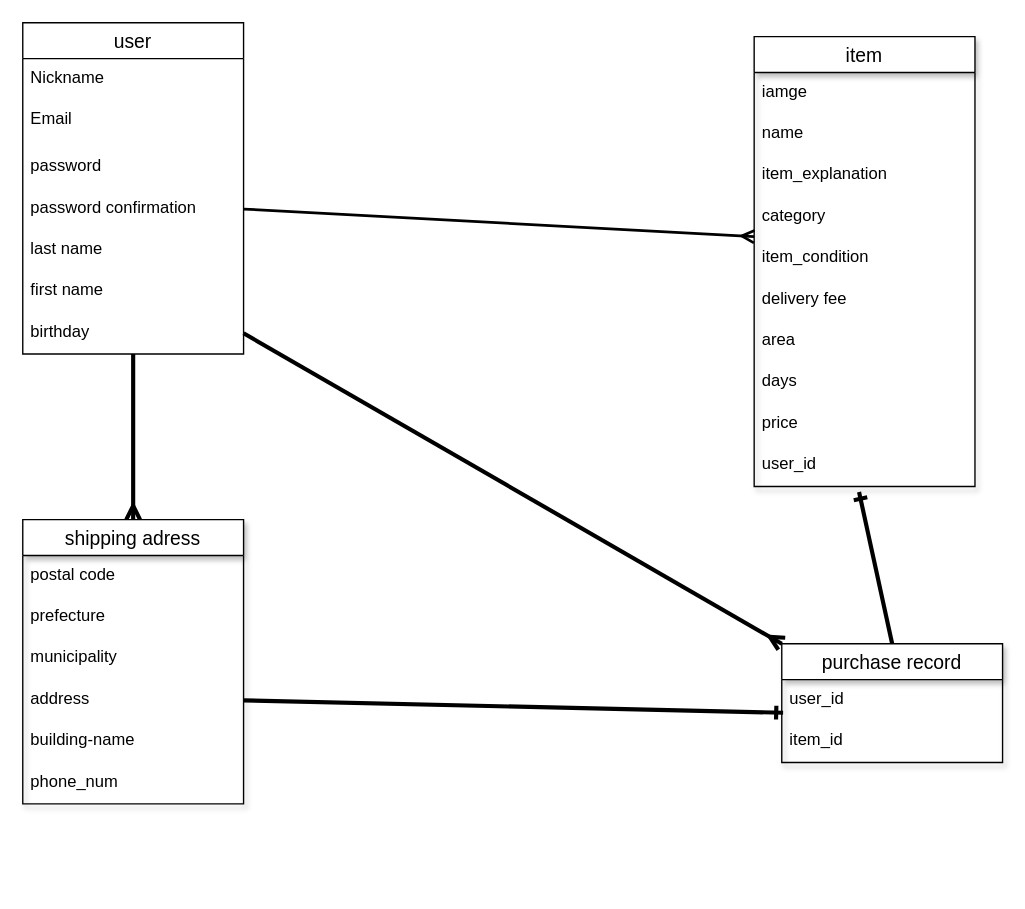
The draw.io diagram furima.dio in byernrl9/furima-37957, before the edit. Source tidied: cells renumbered, new cells numbered last; positions are measured from the earlier drawing's top-left corner, leaving out a move shared by most shapes. Both pictures are drawn from the tidied source at 138%, with x=0, y=0 at pixel (22, 22).
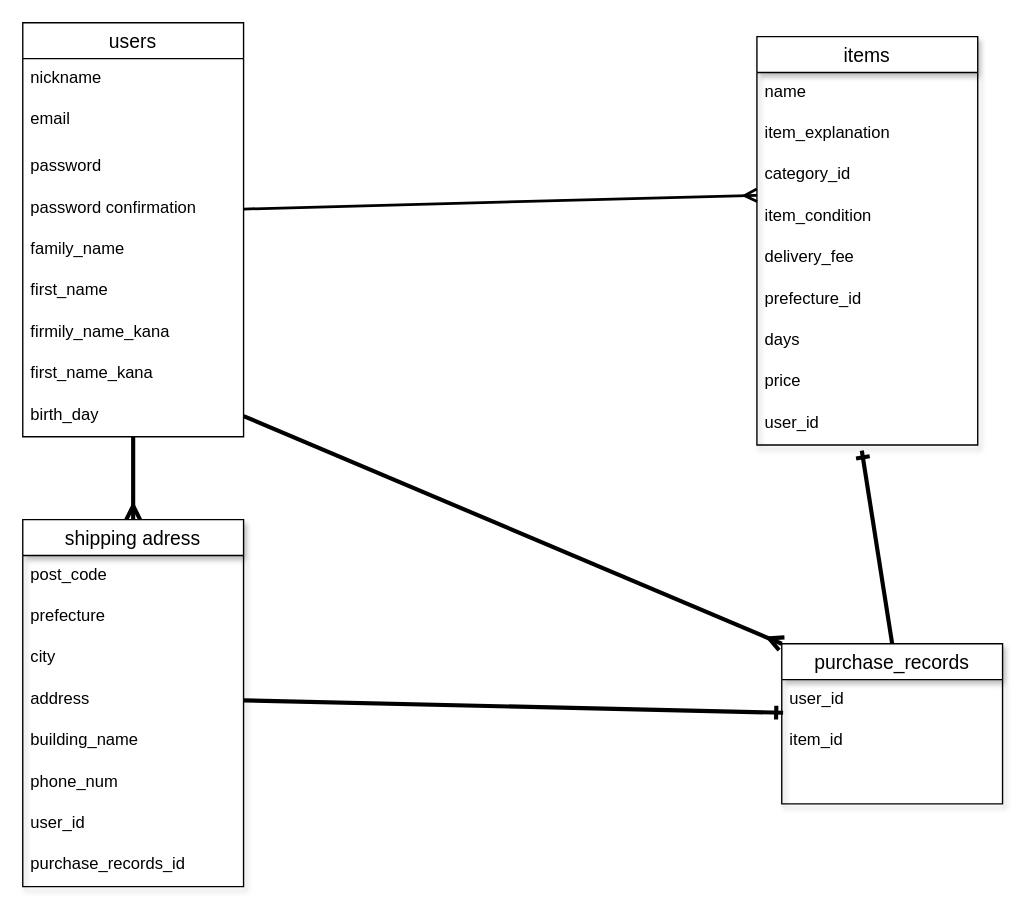
The same diagram, later.

Commit message (it also covers changes not shown here):
データベース設計

What changed in the source:
```diff
@@
-    <mxCell id="3" value="user" style="swimlane;fontStyle=0;horizontal=1;startSize=26;align=center;fontSize=14;" parent="1" vertex="1">
-      <mxGeometry width="160" height="240" as="geometry" />
+    <mxCell id="3" value="users" style="swimlane;fontStyle=0;horizontal=1;startSize=26;align=center;fontSize=14;" parent="1" vertex="1">
+      <mxGeometry width="160" height="300" as="geometry" />
     </mxCell>
-    <mxCell id="4" value="Nickname" style="text;strokeColor=none;fillColor=none;spacingLeft=4;spacingRight=4;overflow=hidden;fontSize=12;" parent="3" vertex="1">
+    <mxCell id="4" value="nickname" style="text;strokeColor=none;fillColor=none;spacingLeft=4;spacingRight=4;overflow=hidden;fontSize=12;" parent="3" vertex="1">
       <mxGeometry y="26" width="160" height="30" as="geometry" />
     </mxCell>
-    <mxCell id="5" value="Email" style="text;strokeColor=none;fillColor=none;spacingLeft=4;spacingRight=4;overflow=hidden;fontSize=12;shadow=1;" parent="3" vertex="1">
+    <mxCell id="5" value="email" style="text;strokeColor=none;fillColor=none;spacingLeft=4;spacingRight=4;overflow=hidden;fontSize=12;shadow=1;" parent="3" vertex="1">
       <mxGeometry y="56" width="160" height="34" as="geometry" />
     </mxCell>
@@
-    <mxCell id="8" value="last name" style="text;strokeColor=none;fillColor=none;spacingLeft=4;spacingRight=4;overflow=hidden;fontSize=12;shadow=1;" parent="3" vertex="1">
+    <mxCell id="8" value="family_name" style="text;strokeColor=none;fillColor=none;spacingLeft=4;spacingRight=4;overflow=hidden;fontSize=12;shadow=1;" parent="3" vertex="1">
       <mxGeometry y="150" width="160" height="30" as="geometry" />
     </mxCell>
-    <mxCell id="9" value="first name" style="text;strokeColor=none;fillColor=none;spacingLeft=4;spacingRight=4;overflow=hidden;fontSize=12;shadow=1;" parent="3" vertex="1">
+    <mxCell id="9" value="first_name" style="text;strokeColor=none;fillColor=none;spacingLeft=4;spacingRight=4;overflow=hidden;fontSize=12;shadow=1;" parent="3" vertex="1">
       <mxGeometry y="180" width="160" height="30" as="geometry" />
     </mxCell>
+    <mxCell id="36" value="firmily_name_kana" style="text;strokeColor=none;fillColor=none;spacingLeft=4;spacingRight=4;overflow=hidden;fontSize=12;shadow=1;" parent="3" vertex="1">
+      <mxGeometry y="210" width="160" height="30" as="geometry" />
+    </mxCell>
+    <mxCell id="37" value="first_name_kana" style="text;strokeColor=none;fillColor=none;spacingLeft=4;spacingRight=4;overflow=hidden;fontSize=12;shadow=1;" parent="3" vertex="1">
+      <mxGeometry y="240" width="160" height="30" as="geometry" />
+    </mxCell>
-    <mxCell id="10" value="birthday" style="text;strokeColor=none;fillColor=none;spacingLeft=4;spacingRight=4;overflow=hidden;points=[[0,0.5],[1,0.5]];portConstraint=eastwest;fontSize=12;shadow=1;" parent="3" vertex="1">
-      <mxGeometry y="210" width="160" height="30" as="geometry" />
+    <mxCell id="10" value="birth_day" style="text;strokeColor=none;fillColor=none;spacingLeft=4;spacingRight=4;overflow=hidden;points=[[0,0.5],[1,0.5]];portConstraint=eastwest;fontSize=12;shadow=1;" parent="3" vertex="1">
+      <mxGeometry y="270" width="160" height="30" as="geometry" />
     </mxCell>
-    <mxCell id="11" value="item" style="swimlane;fontStyle=0;horizontal=1;startSize=26;align=center;fontSize=14;shadow=1;" parent="1" vertex="1">
-      <mxGeometry x="530" y="10" width="160" height="326" as="geometry" />
+    <mxCell id="11" value="items" style="swimlane;fontStyle=0;horizontal=1;startSize=26;align=center;fontSize=14;shadow=1;" parent="1" vertex="1">
+      <mxGeometry x="532" y="10" width="160" height="296" as="geometry" />
     </mxCell>
-    <mxCell id="12" value="iamge" style="text;strokeColor=none;fillColor=none;spacingLeft=4;spacingRight=4;overflow=hidden;fontSize=12;shadow=1;" parent="11" vertex="1">
-      <mxGeometry y="26" width="160" height="30" as="geometry" />
-    </mxCell>
     <mxCell id="13" value="name" style="text;strokeColor=none;fillColor=none;spacingLeft=4;spacingRight=4;overflow=hidden;fontSize=12;shadow=1;" parent="11" vertex="1">
-      <mxGeometry y="56" width="160" height="30" as="geometry" />
+      <mxGeometry y="26" width="160" height="30" as="geometry" />
     </mxCell>
     <mxCell id="14" value="item_explanation" style="text;strokeColor=none;fillColor=none;spacingLeft=4;spacingRight=4;overflow=hidden;fontSize=12;shadow=1;" parent="11" vertex="1">
-      <mxGeometry y="86" width="160" height="30" as="geometry" />
+      <mxGeometry y="56" width="160" height="30" as="geometry" />
     </mxCell>
-    <mxCell id="15" value="category" style="text;strokeColor=none;fillColor=none;spacingLeft=4;spacingRight=4;overflow=hidden;fontSize=12;shadow=1;" parent="11" vertex="1">
-      <mxGeometry y="116" width="160" height="30" as="geometry" />
+    <mxCell id="15" value="category_id" style="text;strokeColor=none;fillColor=none;spacingLeft=4;spacingRight=4;overflow=hidden;fontSize=12;shadow=1;" parent="11" vertex="1">
+      <mxGeometry y="86" width="160" height="30" as="geometry" />
     </mxCell>
     <mxCell id="16" value="item_condition" style="text;strokeColor=none;fillColor=none;spacingLeft=4;spacingRight=4;overflow=hidden;points=[[0,0.5],[1,0.5]];portConstraint=eastwest;fontSize=12;shadow=1;" parent="11" vertex="1">
-      <mxGeometry y="146" width="160" height="30" as="geometry" />
+      <mxGeometry y="116" width="160" height="30" as="geometry" />
     </mxCell>
-    <mxCell id="17" value="delivery fee" style="text;strokeColor=none;fillColor=none;spacingLeft=4;spacingRight=4;overflow=hidden;fontSize=12;shadow=1;" parent="11" vertex="1">
-      <mxGeometry y="176" width="160" height="30" as="geometry" />
+    <mxCell id="17" value="delivery_fee" style="text;strokeColor=none;fillColor=none;spacingLeft=4;spacingRight=4;overflow=hidden;fontSize=12;shadow=1;" parent="11" vertex="1">
+      <mxGeometry y="146" width="160" height="30" as="geometry" />
     </mxCell>
-    <mxCell id="18" value="area" style="text;strokeColor=none;fillColor=none;spacingLeft=4;spacingRight=4;overflow=hidden;fontSize=12;shadow=1;" parent="11" vertex="1">
-      <mxGeometry y="206" width="160" height="30" as="geometry" />
+    <mxCell id="18" value="prefecture_id" style="text;strokeColor=none;fillColor=none;spacingLeft=4;spacingRight=4;overflow=hidden;fontSize=12;shadow=1;" parent="11" vertex="1">
+      <mxGeometry y="176" width="160" height="30" as="geometry" />
     </mxCell>
     <mxCell id="19" value="days" style="text;strokeColor=none;fillColor=none;spacingLeft=4;spacingRight=4;overflow=hidden;fontSize=12;shadow=1;" parent="11" vertex="1">
-      <mxGeometry y="236" width="160" height="30" as="geometry" />
+      <mxGeometry y="206" width="160" height="30" as="geometry" />
     </mxCell>
     <mxCell id="20" value="price" style="text;strokeColor=none;fillColor=none;spacingLeft=4;spacingRight=4;overflow=hidden;fontSize=12;shadow=1;" parent="11" vertex="1">
-      <mxGeometry y="266" width="160" height="30" as="geometry" />
+      <mxGeometry y="236" width="160" height="30" as="geometry" />
     </mxCell>
     <mxCell id="21" value="user_id" style="text;strokeColor=none;fillColor=none;spacingLeft=4;spacingRight=4;overflow=hidden;points=[[0,0.5],[1,0.5]];portConstraint=eastwest;fontSize=12;shadow=1;" parent="11" vertex="1">
-      <mxGeometry y="296" width="160" height="30" as="geometry" />
+      <mxGeometry y="266" width="160" height="30" as="geometry" />
     </mxCell>
     <mxCell id="22" value="shipping adress" style="swimlane;fontStyle=0;horizontal=1;startSize=26;align=center;fontSize=14;shadow=1;" parent="1" vertex="1">
-      <mxGeometry y="360" width="160" height="206" as="geometry" />
+      <mxGeometry y="360" width="160" height="266" as="geometry" />
     </mxCell>
-    <mxCell id="23" value="postal code" style="text;strokeColor=none;fillColor=none;spacingLeft=4;spacingRight=4;overflow=hidden;fontSize=12;shadow=1;" parent="22" vertex="1">
+    <mxCell id="23" value="post_code" style="text;strokeColor=none;fillColor=none;spacingLeft=4;spacingRight=4;overflow=hidden;fontSize=12;shadow=1;" parent="22" vertex="1">
       <mxGeometry y="26" width="160" height="30" as="geometry" />
     </mxCell>
@@
-    <mxCell id="25" value="municipality&#10;" style="text;strokeColor=none;fillColor=none;spacingLeft=4;spacingRight=4;overflow=hidden;fontSize=12;shadow=1;" parent="22" vertex="1">
+    <mxCell id="25" value="city" style="text;strokeColor=none;fillColor=none;spacingLeft=4;spacingRight=4;overflow=hidden;fontSize=12;shadow=1;" parent="22" vertex="1">
       <mxGeometry y="86" width="160" height="30" as="geometry" />
     </mxCell>
@@
-    <mxCell id="27" value="building-name" style="text;strokeColor=none;fillColor=none;spacingLeft=4;spacingRight=4;overflow=hidden;fontSize=12;shadow=1;" parent="22" vertex="1">
+    <mxCell id="27" value="building_name" style="text;strokeColor=none;fillColor=none;spacingLeft=4;spacingRight=4;overflow=hidden;fontSize=12;shadow=1;" parent="22" vertex="1">
       <mxGeometry y="146" width="160" height="30" as="geometry" />
     </mxCell>
@@
+    <mxCell id="38" value="user_id" style="text;strokeColor=none;fillColor=none;spacingLeft=4;spacingRight=4;overflow=hidden;fontSize=12;shadow=1;" parent="22" vertex="1">
+      <mxGeometry y="206" width="160" height="30" as="geometry" />
+    </mxCell>
+    <mxCell id="39" value="purchase_records_id" style="text;strokeColor=none;fillColor=none;spacingLeft=4;spacingRight=4;overflow=hidden;fontSize=12;shadow=1;" parent="22" vertex="1">
+      <mxGeometry y="236" width="160" height="30" as="geometry" />
+    </mxCell>
@@
-    <mxCell id="30" value="purchase record" style="swimlane;fontStyle=0;horizontal=1;startSize=26;align=center;fontSize=14;shadow=1;" parent="1" vertex="1">
-      <mxGeometry x="550" y="450" width="160" height="86" as="geometry" />
+    <mxCell id="30" value="purchase_records" style="swimlane;fontStyle=0;horizontal=1;startSize=26;align=center;fontSize=14;shadow=1;" parent="1" vertex="1">
+      <mxGeometry x="550" y="450" width="160" height="116" as="geometry" />
     </mxCell>
@@
+    <mxCell id="40" style="text;strokeColor=none;fillColor=none;spacingLeft=4;spacingRight=4;overflow=hidden;fontSize=12;shadow=1;" parent="30" vertex="1">
+      <mxGeometry y="86" width="160" height="30" as="geometry" />
+    </mxCell>
```
